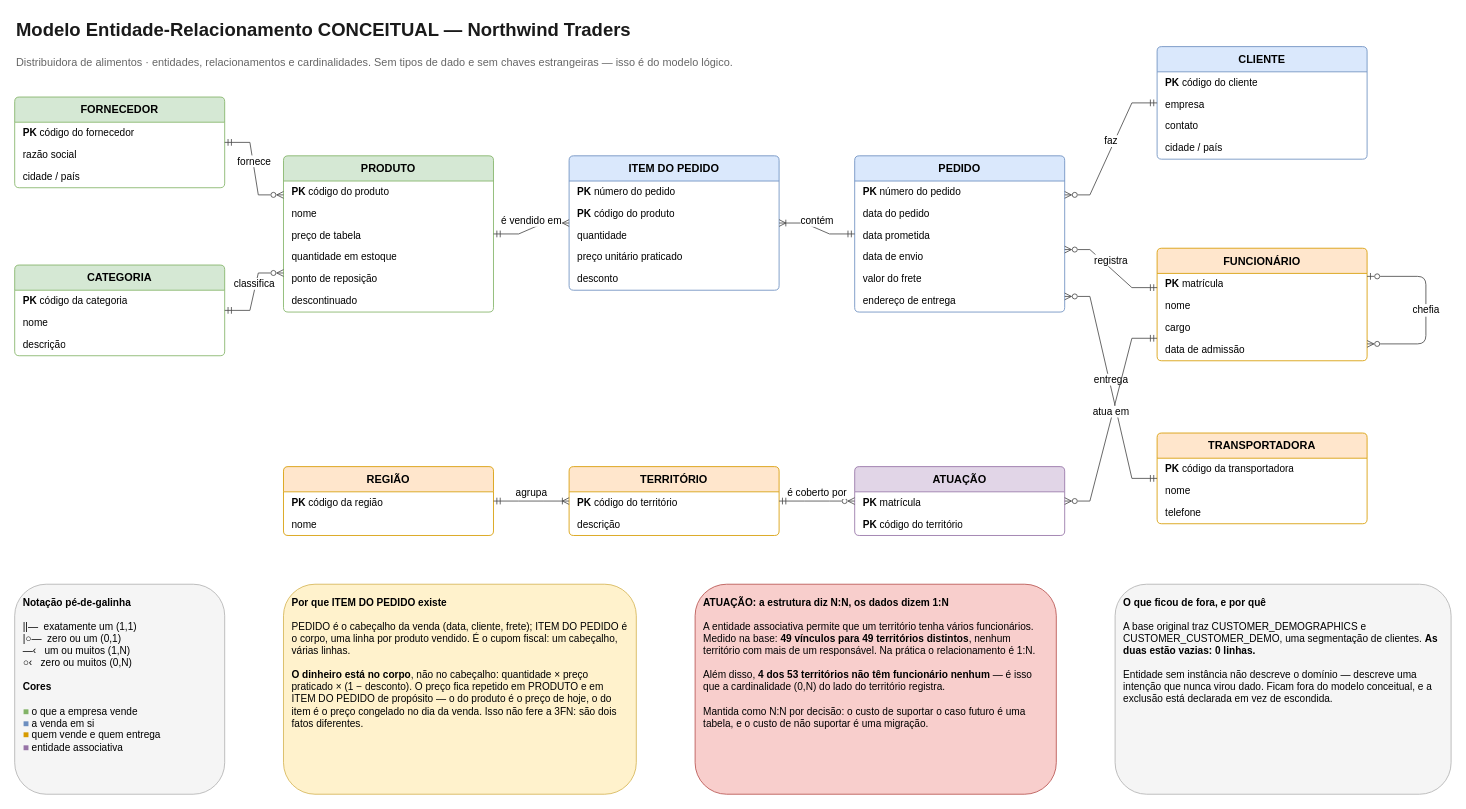
Before: docs/diagramas/er-conceitual.drawio in GiovanneEspindola/projeto-integrador-ipog, a draw.io diagram. Source tidied: cells renumbered, new cells numbered last; positions are measured from the earlier drawing's top-left corner, leaving out a move shared by most shapes. Both pictures are drawn from the tidied source at 84%, with x=0, y=0 at pixel (14, 14).
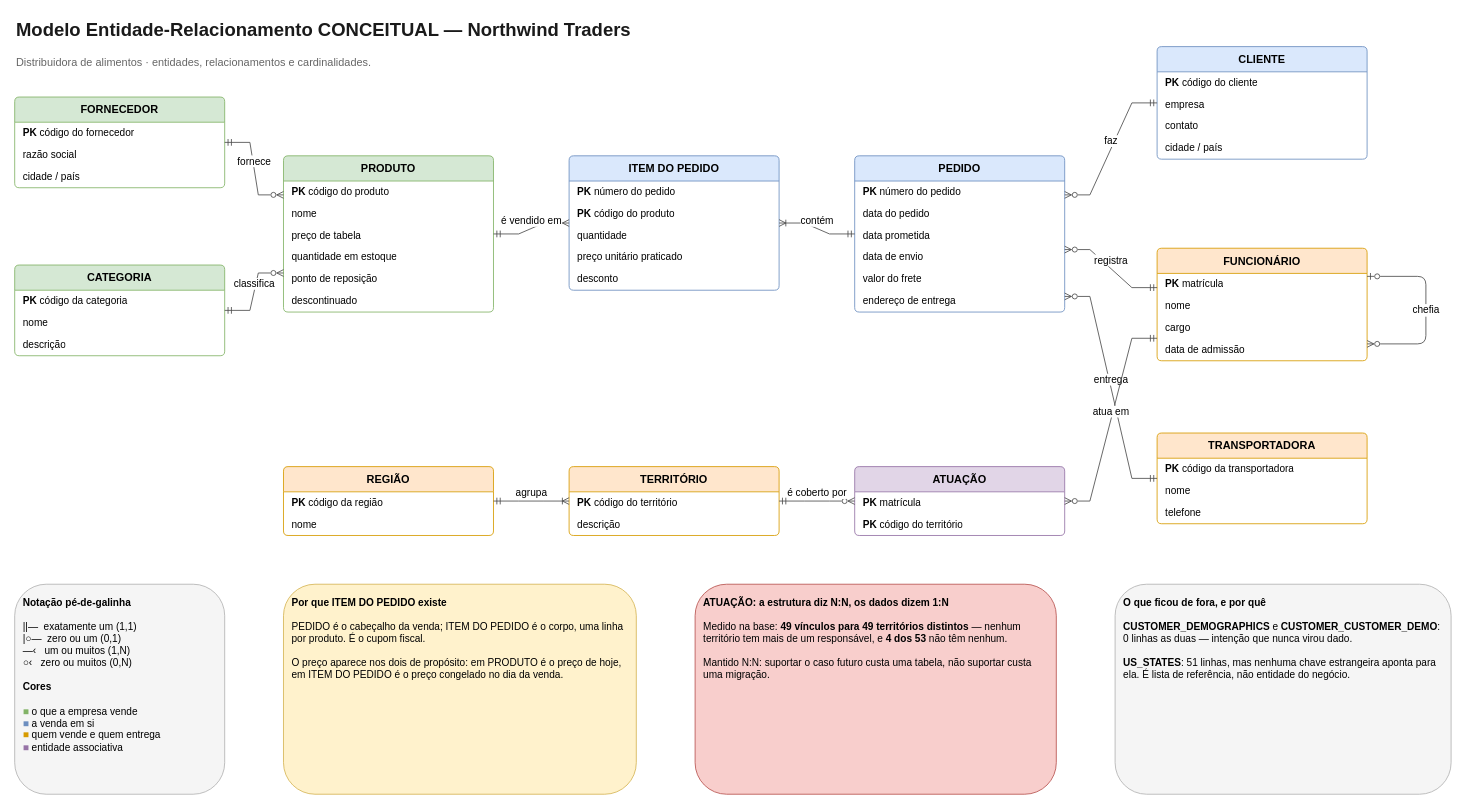
After the change.

Commit message (it also covers changes not shown here):
Declara a exclusão de us_states e enxuga as notas do ER conceitual

What changed in the source:
```diff
@@
-    <mxCell id="65" value="Distribuidora de alimentos · entidades, relacionamentos e cardinalidades. Sem tipos de dado e sem chaves estrangeiras — isso é do modelo lógico." style="text;html=1;align=left;verticalAlign=middle;fontSize=13;fontColor=#666666;" parent="1" vertex="1">
+    <mxCell id="65" value="Distribuidora de alimentos · entidades, relacionamentos e cardinalidades." style="text;html=1;align=left;verticalAlign=middle;fontSize=13;fontColor=#666666;" parent="1" vertex="1">
       <mxGeometry y="42" width="900" height="28" as="geometry" />
     </mxCell>
@@
-    <mxCell id="67" value="&lt;b&gt;Por que ITEM DO PEDIDO existe&lt;/b&gt;&lt;br&gt;&lt;br&gt;PEDIDO é o cabeçalho da venda (data, cliente, frete); ITEM DO PEDIDO é o corpo, uma linha por produto vendido. É o cupom fiscal: um cabeçalho, várias linhas.&lt;br&gt;&lt;br&gt;&lt;b&gt;O dinheiro está no corpo&lt;/b&gt;, não no cabeçalho: quantidade × preço praticado × (1 − desconto). O preço fica repetido em PRODUTO e em ITEM DO PEDIDO de propósito — o do produto é o preço de hoje, o do item é o preço congelado no dia da venda. Isso não fere a 3FN: são dois fatos diferentes." style="rounded=1;whiteSpace=wrap;html=1;align=left;verticalAlign=top;spacing=10;fillColor=#fff2cc;strokeColor=#d6b656;fontSize=12;" parent="1" vertex="1">
+    <mxCell id="67" value="&lt;b&gt;Por que ITEM DO PEDIDO existe&lt;/b&gt;&lt;br&gt;&lt;br&gt;PEDIDO é o cabeçalho da venda; ITEM DO PEDIDO é o corpo, uma linha por produto. É o cupom fiscal.&lt;br&gt;&lt;br&gt;O preço aparece nos dois de propósito: em PRODUTO é o preço de hoje, em ITEM DO PEDIDO é o preço congelado no dia da venda." style="rounded=1;whiteSpace=wrap;html=1;align=left;verticalAlign=top;spacing=10;fillColor=#fff2cc;strokeColor=#d6b656;fontSize=12;" parent="1" vertex="1">
       <mxGeometry x="320" y="678" width="420" height="250" as="geometry" />
     </mxCell>
-    <mxCell id="68" value="&lt;b&gt;ATUAÇÃO: a estrutura diz N:N, os dados dizem 1:N&lt;/b&gt;&lt;br&gt;&lt;br&gt;A entidade associativa permite que um território tenha vários funcionários. Medido na base: &lt;b&gt;49 vínculos para 49 territórios distintos&lt;/b&gt;, nenhum território com mais de um responsável. Na prática o relacionamento é 1:N.&lt;br&gt;&lt;br&gt;Além disso, &lt;b&gt;4 dos 53 territórios não têm funcionário nenhum&lt;/b&gt; — é isso que a cardinalidade (0,N) do lado do território registra.&lt;br&gt;&lt;br&gt;Mantida como N:N por decisão: o custo de suportar o caso futuro é uma tabela, e o custo de não suportar é uma migração." style="rounded=1;whiteSpace=wrap;html=1;align=left;verticalAlign=top;spacing=10;fillColor=#f8cecc;strokeColor=#b85450;fontSize=12;" parent="1" vertex="1">
+    <mxCell id="68" value="&lt;b&gt;ATUAÇÃO: a estrutura diz N:N, os dados dizem 1:N&lt;/b&gt;&lt;br&gt;&lt;br&gt;Medido na base: &lt;b&gt;49 vínculos para 49 territórios distintos&lt;/b&gt; — nenhum território tem mais de um responsável, e &lt;b&gt;4 dos 53&lt;/b&gt; não têm nenhum.&lt;br&gt;&lt;br&gt;Mantido N:N: suportar o caso futuro custa uma tabela, não suportar custa uma migração." style="rounded=1;whiteSpace=wrap;html=1;align=left;verticalAlign=top;spacing=10;fillColor=#f8cecc;strokeColor=#b85450;fontSize=12;" parent="1" vertex="1">
       <mxGeometry x="810" y="678" width="430" height="250" as="geometry" />
     </mxCell>
-    <mxCell id="69" value="&lt;b&gt;O que ficou de fora, e por quê&lt;/b&gt;&lt;br&gt;&lt;br&gt;A base original traz CUSTOMER_DEMOGRAPHICS e CUSTOMER_CUSTOMER_DEMO, uma segmentação de clientes. &lt;b&gt;As duas estão vazias: 0 linhas.&lt;/b&gt;&lt;br&gt;&lt;br&gt;Entidade sem instância não descreve o domínio — descreve uma intenção que nunca virou dado. Ficam fora do modelo conceitual, e a exclusão está declarada em vez de escondida." style="rounded=1;whiteSpace=wrap;html=1;align=left;verticalAlign=top;spacing=10;fillColor=#f5f5f5;strokeColor=#b3b3b3;fontSize=12;" parent="1" vertex="1">
+    <mxCell id="69" value="&lt;b&gt;O que ficou de fora, e por quê&lt;/b&gt;&lt;br&gt;&lt;br&gt;&lt;b&gt;CUSTOMER_DEMOGRAPHICS&lt;/b&gt; e &lt;b&gt;CUSTOMER_CUSTOMER_DEMO&lt;/b&gt;: 0 linhas as duas — intenção que nunca virou dado.&lt;br&gt;&lt;br&gt;&lt;b&gt;US_STATES&lt;/b&gt;: 51 linhas, mas nenhuma chave estrangeira aponta para ela. É lista de referência, não entidade do negócio." style="rounded=1;whiteSpace=wrap;html=1;align=left;verticalAlign=top;spacing=10;fillColor=#f5f5f5;strokeColor=#b3b3b3;fontSize=12;" parent="1" vertex="1">
       <mxGeometry x="1310" y="678" width="400" height="250" as="geometry" />
     </mxCell>
```
